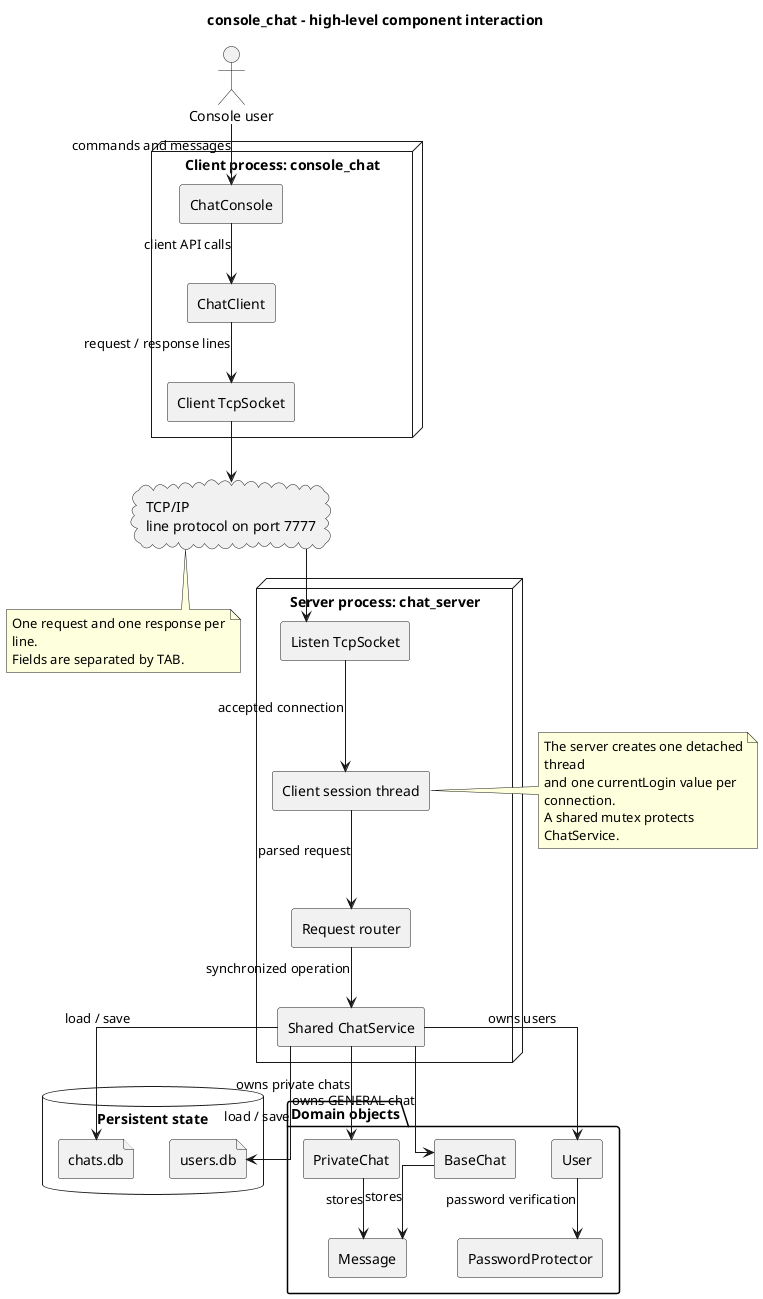
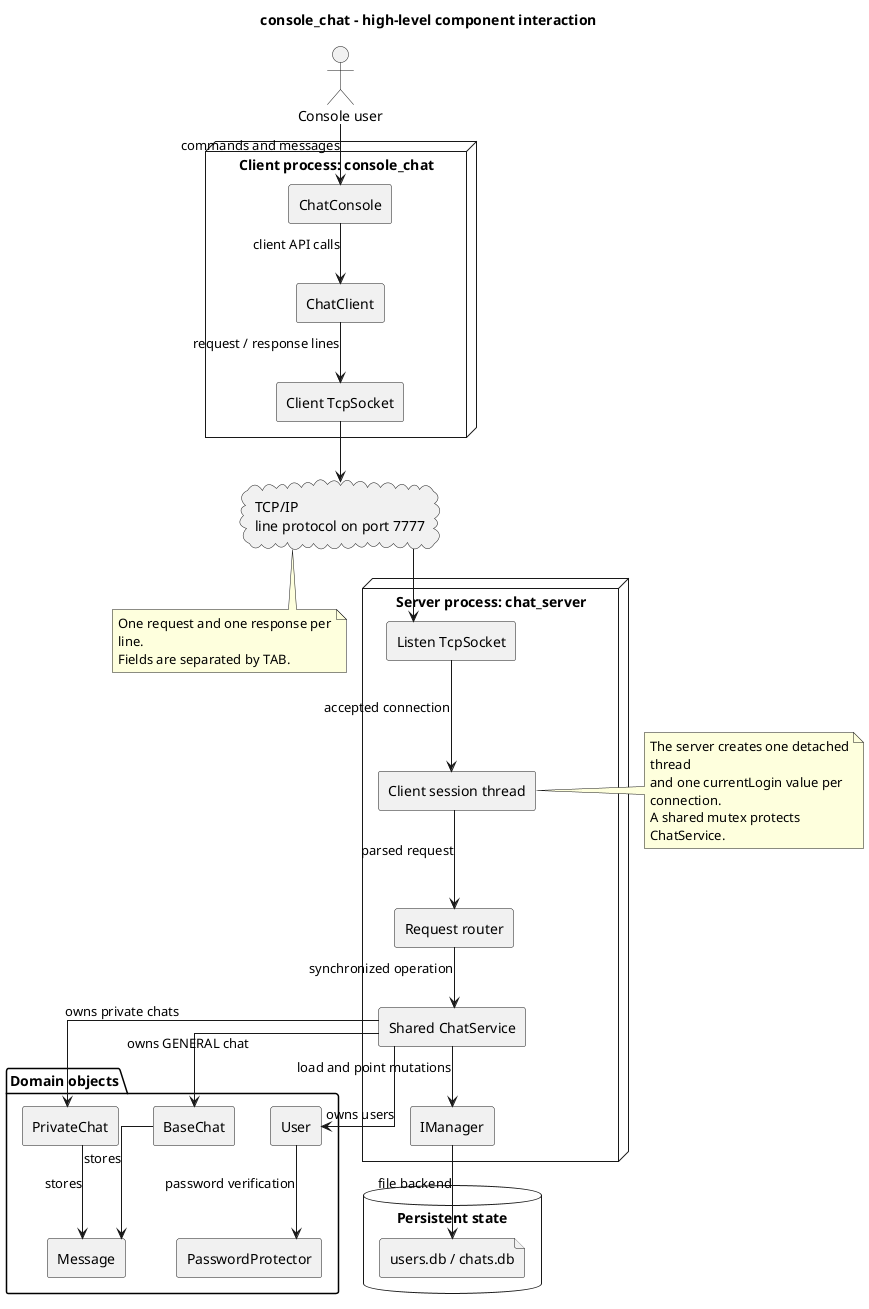
@startuml console_chat_components
title console_chat - high-level component interaction

skinparam componentStyle rectangle
skinparam shadowing false
skinparam linetype ortho
skinparam wrapWidth 220

actor "Console user" as User

node "Client process: console_chat" as ClientNode {
  [ChatConsole] as Console
  [ChatClient] as Client
  [Client TcpSocket] as ClientSocket
}

cloud "TCP/IP\nline protocol on port 7777" as Network

node "Server process: chat_server" as ServerNode {
  [Listen TcpSocket] as ListenSocket
  [Client session thread] as Session
  [Request router] as Router
  [Shared ChatService] as Service
+   [IManager] as Storage
}

database "Persistent state" as State {
-   file "users.db" as UsersDb
-   file "chats.db" as ChatsDb
+   file "users.db / chats.db" as StateFiles
}

package "Domain objects" as Domain {
  [User] as UserEntity
  [BaseChat] as GeneralChat
  [PrivateChat] as PrivateChat
  [Message] as Message
  [PasswordProtector] as Password
}

User --> Console : commands and messages
Console --> Client : client API calls
Client --> ClientSocket : request / response lines
ClientSocket --> Network
Network --> ListenSocket
ListenSocket --> Session : accepted connection
Session --> Router : parsed request
Router --> Service : synchronized operation
- Service --> UsersDb : load / save
- Service --> ChatsDb : load / save
+ Service --> Storage : load and point mutations
+ Storage --> StateFiles : file backend
Service --> UserEntity : owns users
Service --> GeneralChat : owns GENERAL chat
Service --> PrivateChat : owns private chats
GeneralChat --> Message : stores
PrivateChat --> Message : stores
UserEntity --> Password : password verification

note bottom of Network
  One request and one response per line.
  Fields are separated by TAB.
end note

note right of Session
  The server creates one detached thread
  and one currentLogin value per connection.
  A shared mutex protects ChatService.
end note

@enduml

@startuml console_chat_end_to_end
title console_chat - end-to-end interaction

skinparam shadowing false
skinparam sequenceMessageAlign center
skinparam wrapWidth 220

actor "Console user" as User
participant "ChatConsole" as Console
participant "ChatClient" as Client
participant "Client TcpSocket" as ClientSocket
participant "Server TcpSocket" as ServerSocket
participant "Session thread" as Session
participant "Request router" as Router
participant "ChatService" as Service
database "State files" as State

User -> Console : choose operation
Console -> Client : API call
Client -> ClientSocket : SendLine(command)
ClientSocket -> ServerSocket : TCP request
ServerSocket -> Session : RecvLine()

group mutex protects shared ChatService
  Session -> Router : HandleRequest()
  Router -> Service : domain method
-   Service --> Router : result

  opt registration, private chat creation or message send
-     Router -> Service : SaveState()
-     Service -> State : write users.db and chats.db
+     Service -> State : AddUser / AddChat / AddMessage
+     State --> Service : result
+     Service -> Service : update memory after success
  end
+ 
+   Service --> Router : result

  Router --> Session : OK or ERR response
end

Session -> ServerSocket : SendLine(response)
ServerSocket --> ClientSocket : TCP response
ClientSocket --> Client : response line
Client --> Console : parsed result
Console --> User : display result

@enduml
